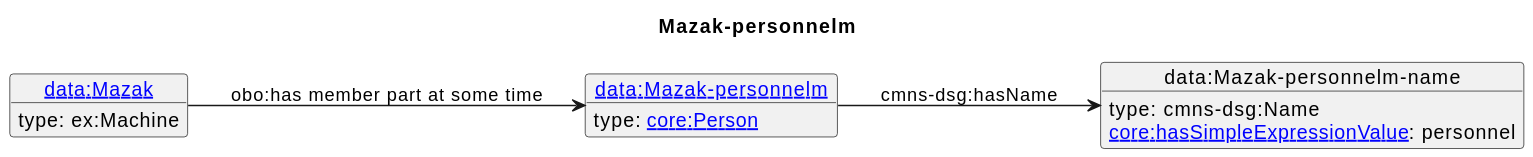
Earlier version of the PlantUML export diagrams/Mazak-personnelm.svg (iofoundry/example-syseng-mtconnect).
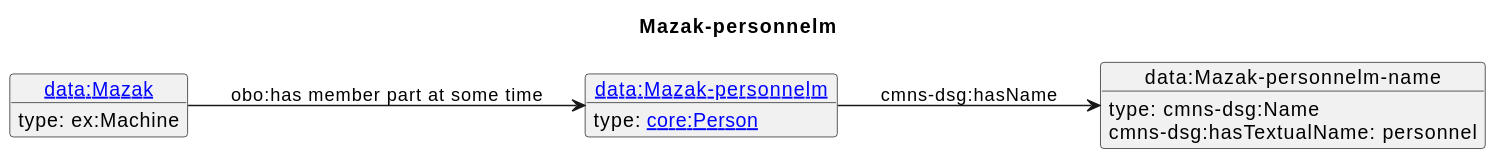
The same diagram one commit later.

Diff of the diagram source:
```diff
@@ -12,6 +12,6 @@
  type: ex:Machine
 }
 o1 --> o2 : cmns-dsg:hasName
-o2 : [[https://spec.industrialontologies.org/ontology/core/Core/hasSimpleExpressionValue core:hasSimpleExpressionValue]]: personnel
+o2 : cmns-dsg:hasTextualName: personnel
 o3 --> o1 : obo:has member part at some time
 @enduml
```
